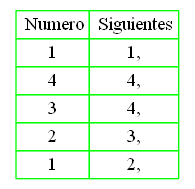
sergio201801442/OLC1_Practica1_201801442 keeps this Graphviz diagram as siguientes0.png. Above is the earlier version. Its source is kept beside it as siguientes0.dot.
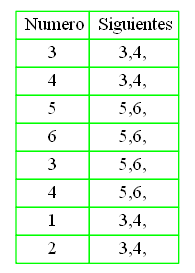
After the commit.

Change to the diagram source:
```diff
@@ -3,11 +3,14 @@
 shape=plaintext
 label=<
 <table border='0' cellborder='1' color='green' cellspacing='0'>
-<tr><td> Numero</td><td> Siguientes</td></tr><tr><td>1</td><td>1,</td></tr>
-<tr><td>4</td><td>4,</td></tr>
-<tr><td>3</td><td>4,</td></tr>
-<tr><td>2</td><td>3,</td></tr>
-<tr><td>1</td><td>2,</td></tr>
+<tr><td> Numero</td><td> Siguientes</td></tr><tr><td>3</td><td>3,4,</td></tr>
+<tr><td>4</td><td>3,4,</td></tr>
+<tr><td>5</td><td>5,6,</td></tr>
+<tr><td>6</td><td>5,6,</td></tr>
+<tr><td>3</td><td>5,6,</td></tr>
+<tr><td>4</td><td>5,6,</td></tr>
+<tr><td>1</td><td>3,4,</td></tr>
+<tr><td>2</td><td>3,4,</td></tr>
 </table>
 >];
 }
```
